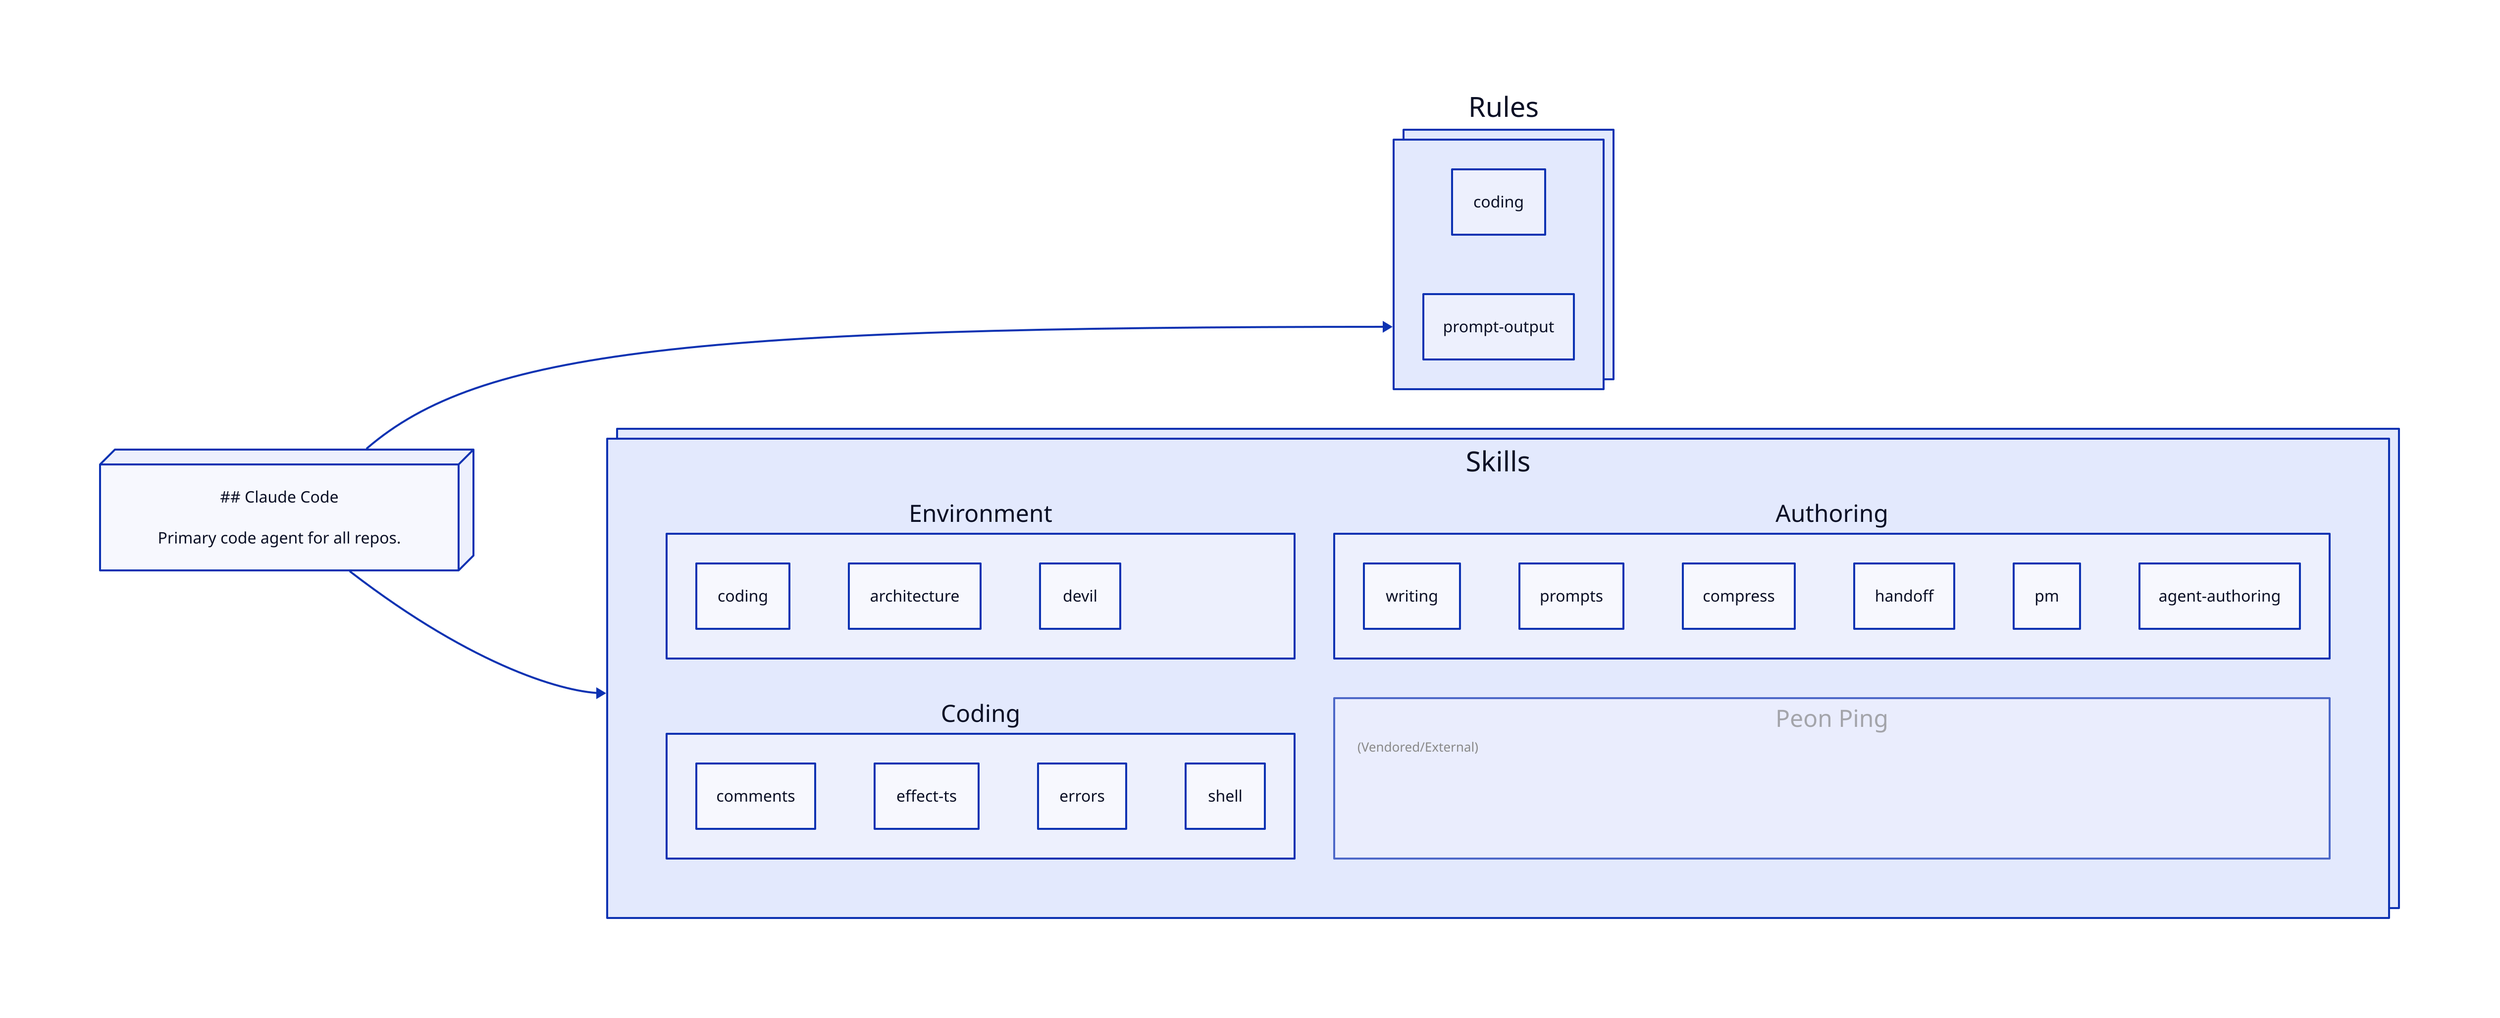
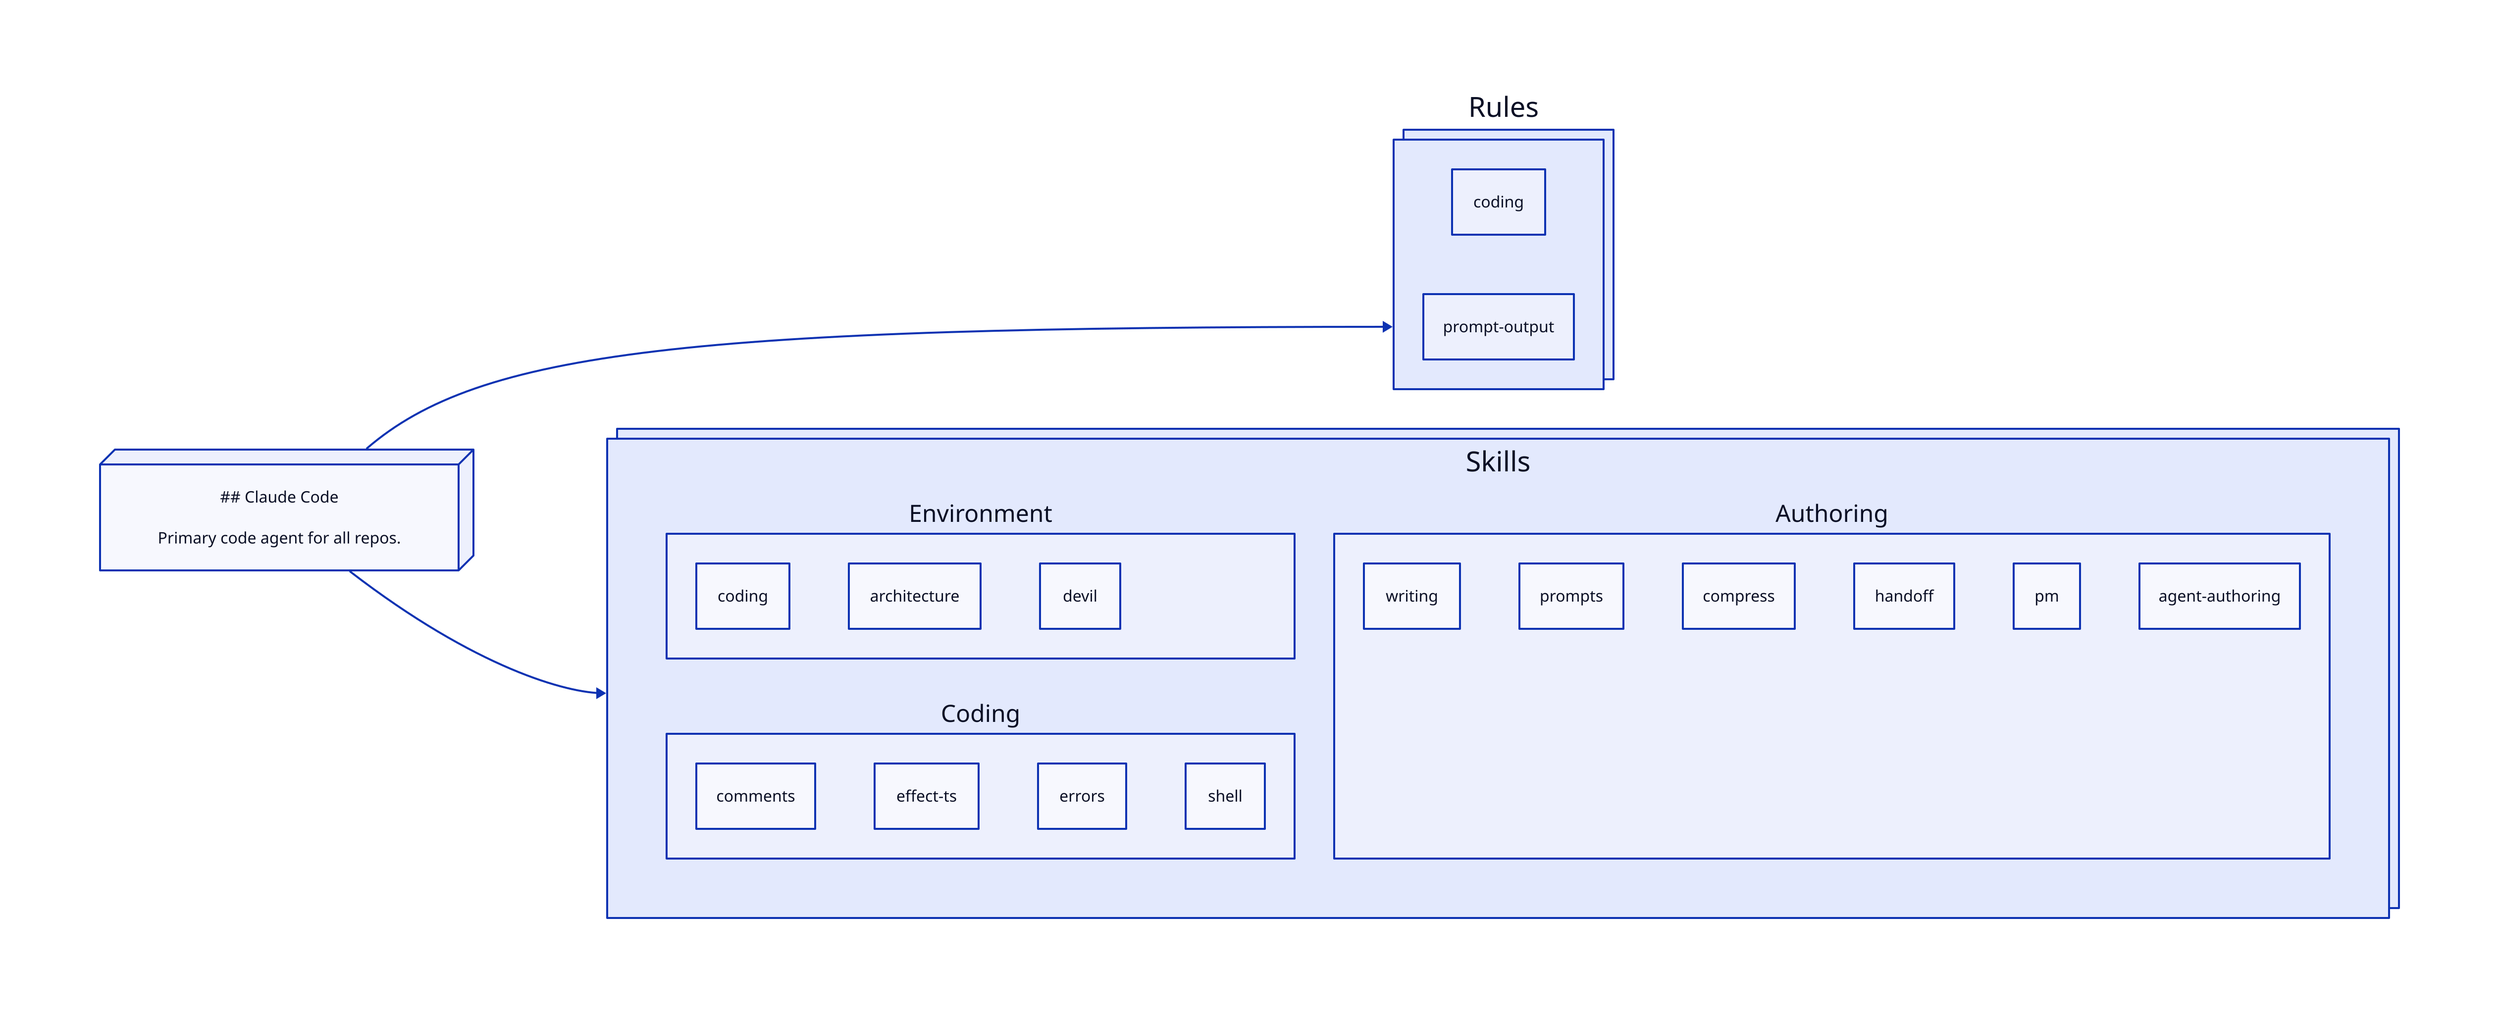
direction: right

claude-code.shape: rectangle
claude-code.style.3d: true
claude-code: |md
  ## Claude Code

  Primary code agent for all repos.
|

rules: {
  label: Rules
  style.multiple: true

  coding
  prompt-output
}

skills: {
  label: Skills
  style.multiple: true
  grid-columns: 2

  env: {
    label: Environment
    coding
    architecture
    devil
  }

  coding-topic: {
    label: Coding
    comments
    effect-ts
    errors
    shell
  }

  authoring: {
    label: Authoring
    writing
    prompts
    compress
    handoff
    pm
    agent-authoring
  }
- 
-   peon-ping: {
-     label: Peon Ping
-     label.near: top-center
-     style.opacity: 0.7
-     style.font-color: "#888888"
- 
-     subtitle: "(Vendored/External)"
-     subtitle.style.font-size: 13
-     subtitle.style.font-color: "#888888"
-     subtitle.shape: text
-   }
}

claude-code -> rules
claude-code -> skills
